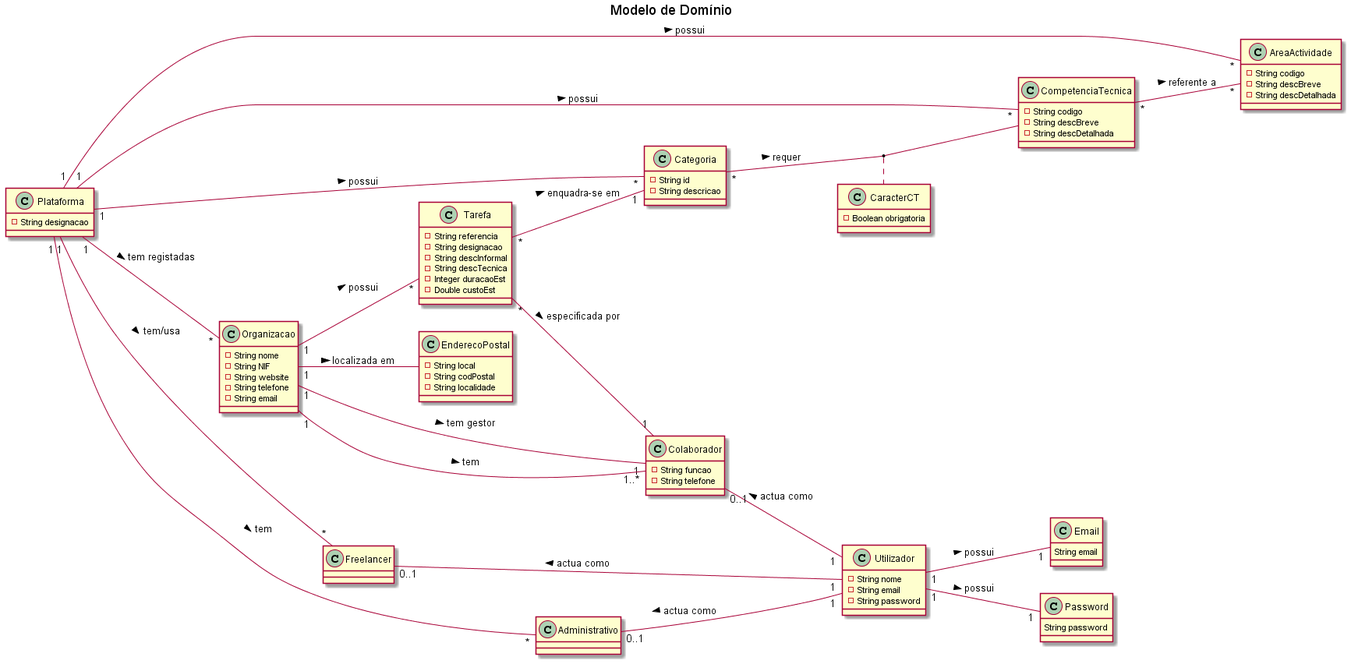
Earlier version of the PlantUML export Documentação/Sprint 2/Modelo_Domínio.png (blestonbandeiraUPSKILL/upskill_java1_labprg_grupo2). Its diagram source:
```plantuml
@startuml
title Modelo de Domínio

left to right direction
class Plataforma {
    -String designacao
}

class AreaActividade {
    -String codigo
    -String descBreve
    -String descDetalhada
}

class CompetenciaTecnica {
    -String codigo
    -String descBreve
    -String descDetalhada
}

class Organizacao {
    -String nome
    -String NIF
    -String website
    -String telefone
    -String email
}

class Tarefa {
    -String referencia
    -String designacao
    -String descInformal
    -String descTecnica
    -Integer duracaoEst
    -Double custoEst
}

class CaracterCT {
    -Boolean obrigatoria
}

class Categoria {
    -String id
    -String descricao
}

class Colaborador {
    -String funcao
    -String telefone
}

class EnderecoPostal {
    -String local
    -String codPostal
    -String localidade
}

class Freelancer {
}

class Administrativo {
}

class Utilizador {
    -String nome
    -String email
    -String password
}

class Password {
    String password
}

class Email {
    String email
}

Plataforma"1" -- "*"Organizacao: tem registadas >
Plataforma"1" -- "*"Freelancer: tem/usa >
Plataforma"1" -- "*"Administrativo: tem >
Plataforma"1" -- "*"AreaActividade: possui >
Plataforma"1" -- "*"CompetenciaTecnica: possui >
Plataforma"1" -- "*"Categoria: possui >
Tarefa"*" -- "1"Categoria: enquadra-se em >
Tarefa"*" -- "1"Colaborador: especificada por >
CompetenciaTecnica"*" -- "*"AreaActividade: referente a >
Organizacao"1" -- "*"Tarefa: possui >
Organizacao"1" -- EnderecoPostal: localizada em >
Organizacao"1" -- "1"Colaborador: tem gestor >
Organizacao"1" -- "1..*"Colaborador: tem >
Freelancer"0..1" -- "1"Utilizador: actua como <
Administrativo"0..1" -- "1"Utilizador: actua como <
Colaborador"0..1" -- "1"Utilizador: actua como <
Categoria"*" -- CompetenciaTecnica: requer >
(Categoria, CompetenciaTecnica) . CaracterCT
Utilizador"1" -- "1"Email: possui >
Utilizador"1" -- "1"Password: possui >


@enduml
```
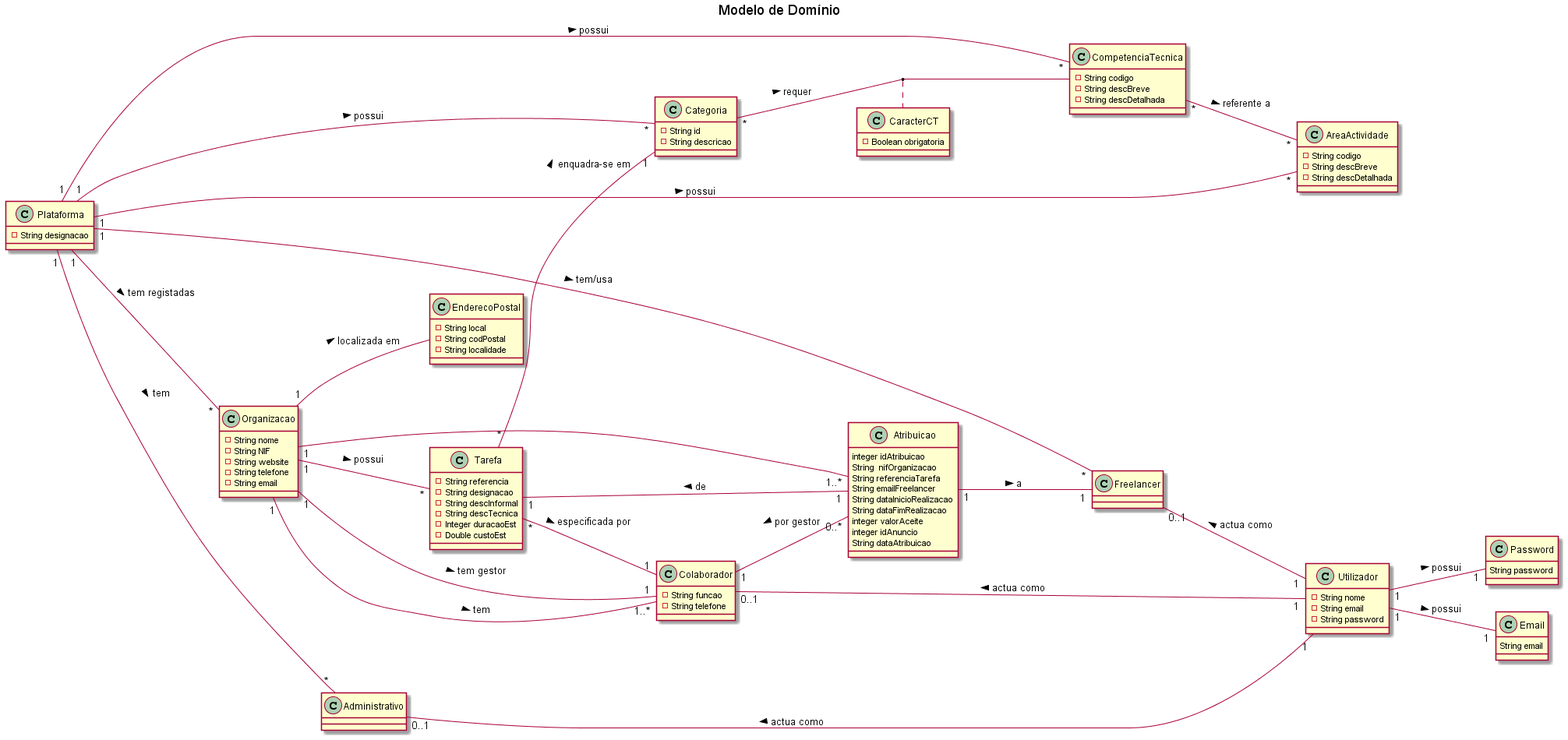
Later version of the same file.

Commit message:
modelo de domínio, glossário

Change to the diagram source:
```diff
@@ -75,6 +75,18 @@
     String email
 }
 
+class Atribuicao {
+    integer idAtribuicao
+    String  nifOrganizacao
+    String referenciaTarefa
+    String emailFreelancer
+    String dataInicioRealizacao
+    String dataFimRealizacao
+    integer valorAceite
+    integer idAnuncio
+    String dataAtribuicao
+}
+
 Plataforma"1" -- "*"Organizacao: tem registadas >
 Plataforma"1" -- "*"Freelancer: tem/usa >
 Plataforma"1" -- "*"Administrativo: tem >
@@ -95,6 +107,10 @@
 (Categoria, CompetenciaTecnica) . CaracterCT
 Utilizador"1" -- "1"Email: possui >
 Utilizador"1" -- "1"Password: possui >
+Atribuicao"1" -- "1" Tarefa: de >
+Atribuicao"1" -- "1" Freelancer: a >
+Atribuicao"1..*" -- "1" Organizacao
+Colaborador"1" -- "0..*" Atribuicao: por gestor <
 
 
 @enduml
```
